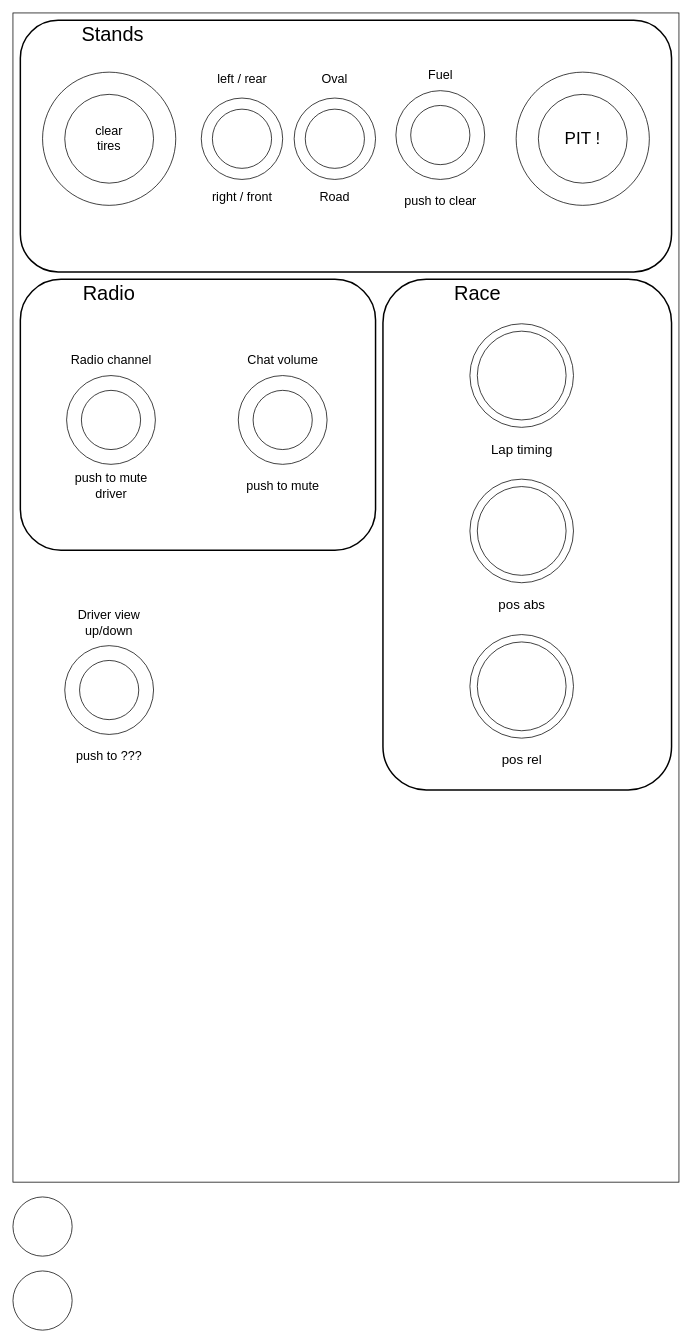
simracingtools/hardware keeps this draw.io diagram as rccbox/BoxLayout.drawio. Above is the earlier version. Source tidied: cells renumbered, new cells numbered last; positions are measured from the earlier drawing's top-left corner, leaving out a move shared by most shapes. Both pictures are drawn from the tidied source at 74%, with x=0, y=0 at pixel (13, 13).
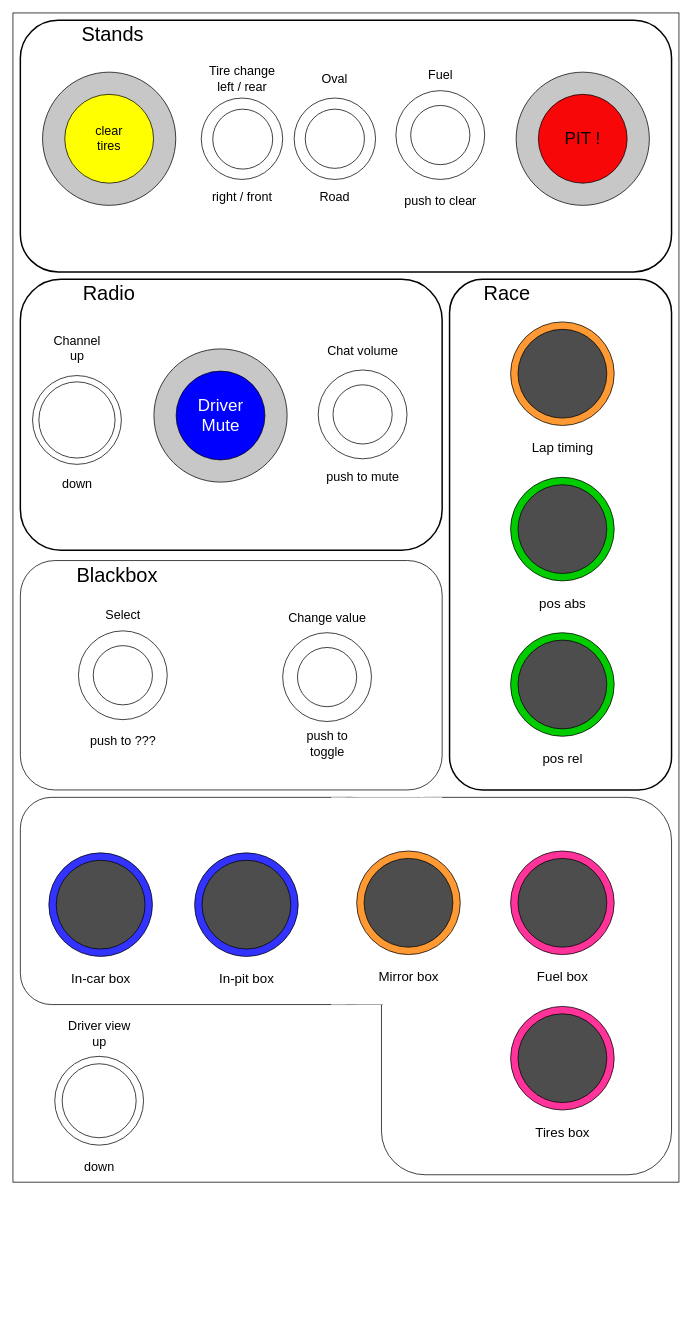
The same page after the edit.

Commit message (it also covers changes not shown here):
rcc box layout finished

The edit, as a diff of the source:
```diff
@@
+    <mxCell id="48" style="rounded=1;whiteSpace=wrap;html=1;fillColor=none;" parent="1" vertex="1">
+      <mxGeometry x="10" y="740" width="570" height="310" as="geometry" />
+    </mxCell>
+    <mxCell id="42" style="rounded=1;whiteSpace=wrap;html=1;strokeWidth=2;fillColor=none;gradientColor=none;" parent="1" vertex="1">
+      <mxGeometry x="590" y="360" width="300" height="690" as="geometry" />
+    </mxCell>
+    <mxCell id="33" style="rounded=1;whiteSpace=wrap;html=1;strokeWidth=2;fillColor=none;gradientColor=none;" parent="1" vertex="1">
+      <mxGeometry x="10" y="360" width="570" height="366" as="geometry" />
+    </mxCell>
+    <mxCell id="23" style="rounded=1;whiteSpace=wrap;html=1;strokeWidth=2;gradientColor=none;fillColor=none;" parent="1" vertex="1">
+      <mxGeometry x="10" y="10" width="880" height="340" as="geometry" />
+    </mxCell>
-    <mxCell id="3" style="ellipse;whiteSpace=wrap;html=1;" parent="1" vertex="1">
-      <mxGeometry x="617.5" y="420" width="140" height="140" as="geometry" />
+    <mxCell id="3" style="ellipse;whiteSpace=wrap;html=1;fillColor=#FF9933;" parent="1" vertex="1">
+      <mxGeometry x="672.5" y="417.5" width="140" height="140" as="geometry" />
     </mxCell>
-    <mxCell id="4" style="ellipse;whiteSpace=wrap;html=1;" parent="1" vertex="1">
+    <mxCell id="4" style="ellipse;whiteSpace=wrap;html=1;fillColor=#C7C7C7;" parent="1" vertex="1">
       <mxGeometry x="680" y="80" width="180" height="180" as="geometry" />
     </mxCell>
-    <mxCell id="5" value="&lt;font style=&quot;font-size: 23px&quot;&gt;PIT !&lt;/font&gt;" style="ellipse;whiteSpace=wrap;html=1;" parent="1" vertex="1">
+    <mxCell id="5" value="&lt;font style=&quot;font-size: 23px&quot;&gt;PIT !&lt;/font&gt;" style="ellipse;whiteSpace=wrap;html=1;fillColor=#F70707;" parent="1" vertex="1">
       <mxGeometry x="710" y="110" width="120" height="120" as="geometry" />
     </mxCell>
-    <mxCell id="6" style="ellipse;whiteSpace=wrap;html=1;" parent="1" vertex="1">
+    <mxCell id="6" style="ellipse;whiteSpace=wrap;html=1;fillColor=#C7C7C7;" parent="1" vertex="1">
       <mxGeometry x="40" y="80" width="180" height="180" as="geometry" />
     </mxCell>
-    <mxCell id="7" value="&lt;font style=&quot;font-size: 17px&quot;&gt;clear&lt;br&gt;tires&lt;/font&gt;&lt;br&gt;" style="ellipse;whiteSpace=wrap;html=1;" parent="1" vertex="1">
+    <mxCell id="7" value="&lt;font style=&quot;font-size: 17px&quot;&gt;clear&lt;br&gt;tires&lt;/font&gt;&lt;br&gt;" style="ellipse;whiteSpace=wrap;html=1;fillColor=#FFFF00;" parent="1" vertex="1">
       <mxGeometry x="70" y="110" width="120" height="120" as="geometry" />
     </mxCell>
-    <mxCell id="8" style="ellipse;whiteSpace=wrap;html=1;" parent="1" vertex="1">
-      <mxGeometry x="627.5" y="430" width="120" height="120" as="geometry" />
+    <mxCell id="8" style="ellipse;whiteSpace=wrap;html=1;fillColor=#4D4D4D;" parent="1" vertex="1">
+      <mxGeometry x="682.5" y="427.5" width="120" height="120" as="geometry" />
     </mxCell>
@@
     <mxCell id="10" style="ellipse;whiteSpace=wrap;html=1;" parent="1" vertex="1">
-      <mxGeometry x="269.5" y="130" width="80" height="80" as="geometry" />
+      <mxGeometry x="270" y="130" width="81" height="81" as="geometry" />
     </mxCell>
-    <mxCell id="11" value="&lt;font style=&quot;font-size: 17px&quot;&gt;left / rear&lt;/font&gt;" style="text;html=1;strokeColor=none;fillColor=none;align=center;verticalAlign=middle;whiteSpace=wrap;rounded=0;" parent="1" vertex="1">
-      <mxGeometry x="255.5" y="80" width="108" height="20" as="geometry" />
+    <mxCell id="11" value="&lt;font style=&quot;font-size: 17px&quot;&gt;Tire change&lt;br&gt;left / rear&lt;/font&gt;" style="text;html=1;strokeColor=none;fillColor=none;align=center;verticalAlign=middle;whiteSpace=wrap;rounded=0;" parent="1" vertex="1">
+      <mxGeometry x="256" y="70" width="108" height="40" as="geometry" />
     </mxCell>
@@
-    <mxCell id="13" style="ellipse;whiteSpace=wrap;html=1;" parent="1" vertex="1">
-      <mxGeometry y="1600" width="80" height="80" as="geometry" />
-    </mxCell>
-    <mxCell id="14" style="ellipse;whiteSpace=wrap;html=1;" parent="1" vertex="1">
-      <mxGeometry y="1700" width="80" height="80" as="geometry" />
-    </mxCell>
@@
-    <mxCell id="23" style="rounded=1;whiteSpace=wrap;html=1;strokeWidth=2;gradientColor=none;fillColor=none;" parent="1" vertex="1">
-      <mxGeometry x="10" y="10" width="880" height="340" as="geometry" />
-    </mxCell>
@@
     <mxCell id="25" style="ellipse;whiteSpace=wrap;html=1;" parent="1" vertex="1">
-      <mxGeometry x="72.5" y="490" width="120" height="120" as="geometry" />
+      <mxGeometry x="26.5" y="490" width="120" height="120" as="geometry" />
     </mxCell>
     <mxCell id="26" style="ellipse;whiteSpace=wrap;html=1;" parent="1" vertex="1">
-      <mxGeometry x="92.5" y="510" width="80" height="80" as="geometry" />
+      <mxGeometry x="35" y="498.5" width="103" height="103" as="geometry" />
     </mxCell>
-    <mxCell id="27" value="&lt;font style=&quot;font-size: 17px&quot;&gt;Radio channel&lt;/font&gt;" style="text;html=1;strokeColor=none;fillColor=none;align=center;verticalAlign=middle;whiteSpace=wrap;rounded=0;" parent="1" vertex="1">
-      <mxGeometry x="70.5" y="460" width="124" height="20" as="geometry" />
+    <mxCell id="27" value="&lt;font style=&quot;font-size: 17px&quot;&gt;Channel&lt;br&gt;up&lt;br&gt;&lt;/font&gt;" style="text;html=1;strokeColor=none;fillColor=none;align=center;verticalAlign=middle;whiteSpace=wrap;rounded=0;" parent="1" vertex="1">
+      <mxGeometry x="24.5" y="444" width="124" height="20" as="geometry" />
     </mxCell>
-    <mxCell id="28" value="&lt;font style=&quot;font-size: 17px&quot;&gt;push to mute driver&lt;/font&gt;" style="text;html=1;strokeColor=none;fillColor=none;align=center;verticalAlign=middle;whiteSpace=wrap;rounded=0;" parent="1" vertex="1">
-      <mxGeometry x="78.5" y="630" width="108" height="20" as="geometry" />
+    <mxCell id="28" value="&lt;font style=&quot;font-size: 17px&quot;&gt;down&lt;/font&gt;" style="text;html=1;strokeColor=none;fillColor=none;align=center;verticalAlign=middle;whiteSpace=wrap;rounded=0;" parent="1" vertex="1">
+      <mxGeometry x="32.5" y="628" width="108" height="20" as="geometry" />
     </mxCell>
     <mxCell id="29" style="ellipse;whiteSpace=wrap;html=1;" parent="1" vertex="1">
-      <mxGeometry x="304.5" y="490" width="120" height="120" as="geometry" />
+      <mxGeometry x="412.5" y="482.5" width="120" height="120" as="geometry" />
     </mxCell>
     <mxCell id="30" style="ellipse;whiteSpace=wrap;html=1;" parent="1" vertex="1">
-      <mxGeometry x="324.5" y="510" width="80" height="80" as="geometry" />
+      <mxGeometry x="432.5" y="502.5" width="80" height="80" as="geometry" />
     </mxCell>
     <mxCell id="31" value="&lt;font style=&quot;font-size: 17px&quot;&gt;Chat volume&lt;/font&gt;" style="text;html=1;strokeColor=none;fillColor=none;align=center;verticalAlign=middle;whiteSpace=wrap;rounded=0;" parent="1" vertex="1">
-      <mxGeometry x="302.5" y="460" width="124" height="20" as="geometry" />
+      <mxGeometry x="410.5" y="447.5" width="124" height="20" as="geometry" />
     </mxCell>
     <mxCell id="32" value="&lt;font style=&quot;font-size: 17px&quot;&gt;push to mute&lt;/font&gt;" style="text;html=1;strokeColor=none;fillColor=none;align=center;verticalAlign=middle;whiteSpace=wrap;rounded=0;" parent="1" vertex="1">
-      <mxGeometry x="310.5" y="630" width="108" height="20" as="geometry" />
+      <mxGeometry x="418.5" y="617.5" width="108" height="20" as="geometry" />
     </mxCell>
-    <mxCell id="33" style="rounded=1;whiteSpace=wrap;html=1;strokeWidth=2;fillColor=none;gradientColor=none;" parent="1" vertex="1">
-      <mxGeometry x="10" y="360" width="480" height="366" as="geometry" />
-    </mxCell>
@@
     <mxCell id="35" value="&lt;font style=&quot;font-size: 18px&quot;&gt;Lap timing&lt;/font&gt;" style="text;html=1;strokeColor=none;fillColor=none;align=center;verticalAlign=middle;whiteSpace=wrap;rounded=0;" parent="1" vertex="1">
-      <mxGeometry x="632.5" y="580" width="110" height="20" as="geometry" />
+      <mxGeometry x="687.5" y="577.5" width="110" height="20" as="geometry" />
     </mxCell>
-    <mxCell id="36" style="ellipse;whiteSpace=wrap;html=1;" parent="1" vertex="1">
-      <mxGeometry x="617.5" y="630" width="140" height="140" as="geometry" />
+    <mxCell id="36" style="ellipse;whiteSpace=wrap;html=1;fillColor=#00CC00;" parent="1" vertex="1">
+      <mxGeometry x="672.5" y="627.5" width="140" height="140" as="geometry" />
     </mxCell>
-    <mxCell id="37" style="ellipse;whiteSpace=wrap;html=1;" parent="1" vertex="1">
-      <mxGeometry x="627.5" y="640" width="120" height="120" as="geometry" />
+    <mxCell id="37" style="ellipse;whiteSpace=wrap;html=1;fillColor=#4D4D4D;" parent="1" vertex="1">
+      <mxGeometry x="682.5" y="637.5" width="120" height="120" as="geometry" />
     </mxCell>
     <mxCell id="38" value="&lt;font style=&quot;font-size: 18px&quot;&gt;pos abs&lt;/font&gt;" style="text;html=1;strokeColor=none;fillColor=none;align=center;verticalAlign=middle;whiteSpace=wrap;rounded=0;" parent="1" vertex="1">
-      <mxGeometry x="632.5" y="790" width="110" height="20" as="geometry" />
+      <mxGeometry x="687.5" y="787.5" width="110" height="20" as="geometry" />
     </mxCell>
-    <mxCell id="39" style="ellipse;whiteSpace=wrap;html=1;" parent="1" vertex="1">
-      <mxGeometry x="617.5" y="840" width="140" height="140" as="geometry" />
+    <mxCell id="39" style="ellipse;whiteSpace=wrap;html=1;fillColor=#00CC00;" parent="1" vertex="1">
+      <mxGeometry x="672.5" y="837.5" width="140" height="140" as="geometry" />
     </mxCell>
-    <mxCell id="40" style="ellipse;whiteSpace=wrap;html=1;" parent="1" vertex="1">
-      <mxGeometry x="627.5" y="850" width="120" height="120" as="geometry" />
+    <mxCell id="40" style="ellipse;whiteSpace=wrap;html=1;fillColor=#4D4D4D;" parent="1" vertex="1">
+      <mxGeometry x="682.5" y="847.5" width="120" height="120" as="geometry" />
     </mxCell>
     <mxCell id="41" value="&lt;font style=&quot;font-size: 18px&quot;&gt;pos rel&lt;/font&gt;" style="text;html=1;strokeColor=none;fillColor=none;align=center;verticalAlign=middle;whiteSpace=wrap;rounded=0;" parent="1" vertex="1">
-      <mxGeometry x="632.5" y="1000" width="110" height="20" as="geometry" />
+      <mxGeometry x="687.5" y="997.5" width="110" height="20" as="geometry" />
     </mxCell>
-    <mxCell id="42" style="rounded=1;whiteSpace=wrap;html=1;strokeWidth=2;fillColor=none;gradientColor=none;" parent="1" vertex="1">
-      <mxGeometry x="500" y="360" width="390" height="690" as="geometry" />
-    </mxCell>
     <mxCell id="43" value="&lt;font style=&quot;font-size: 27px&quot;&gt;Race&lt;/font&gt;" style="text;html=1;strokeColor=none;fillColor=none;align=center;verticalAlign=middle;whiteSpace=wrap;rounded=0;" parent="1" vertex="1">
-      <mxGeometry x="552.5" y="360" width="150" height="40" as="geometry" />
+      <mxGeometry x="592.5" y="360" width="150" height="40" as="geometry" />
     </mxCell>
     <mxCell id="44" style="ellipse;whiteSpace=wrap;html=1;" parent="1" vertex="1">
-      <mxGeometry x="70" y="855" width="120" height="120" as="geometry" />
+      <mxGeometry x="56.5" y="1410" width="120" height="120" as="geometry" />
     </mxCell>
     <mxCell id="45" style="ellipse;whiteSpace=wrap;html=1;" parent="1" vertex="1">
-      <mxGeometry x="90" y="875" width="80" height="80" as="geometry" />
+      <mxGeometry x="66.5" y="1420" width="100" height="100" as="geometry" />
     </mxCell>
-    <mxCell id="46" value="&lt;font style=&quot;font-size: 17px&quot;&gt;Driver view up/down&lt;/font&gt;" style="text;html=1;strokeColor=none;fillColor=none;align=center;verticalAlign=middle;whiteSpace=wrap;rounded=0;" parent="1" vertex="1">
-      <mxGeometry x="68" y="805" width="124" height="40" as="geometry" />
+    <mxCell id="46" value="&lt;font style=&quot;font-size: 17px&quot;&gt;Driver view&lt;br&gt;up&lt;/font&gt;" style="text;html=1;strokeColor=none;fillColor=none;align=center;verticalAlign=middle;whiteSpace=wrap;rounded=0;" parent="1" vertex="1">
+      <mxGeometry x="54.5" y="1360" width="124" height="40" as="geometry" />
     </mxCell>
-    <mxCell id="47" value="&lt;font style=&quot;font-size: 17px&quot;&gt;push to ???&lt;/font&gt;" style="text;html=1;strokeColor=none;fillColor=none;align=center;verticalAlign=middle;whiteSpace=wrap;rounded=0;" parent="1" vertex="1">
-      <mxGeometry x="76" y="995" width="108" height="20" as="geometry" />
+    <mxCell id="47" value="&lt;font style=&quot;font-size: 17px&quot;&gt;down&lt;/font&gt;" style="text;html=1;strokeColor=none;fillColor=none;align=center;verticalAlign=middle;whiteSpace=wrap;rounded=0;" parent="1" vertex="1">
+      <mxGeometry x="62.5" y="1550" width="108" height="20" as="geometry" />
     </mxCell>
+    <mxCell id="49" style="ellipse;whiteSpace=wrap;html=1;fillColor=#C7C7C7;" parent="1" vertex="1">
+      <mxGeometry x="190.5" y="454" width="180" height="180" as="geometry" />
+    </mxCell>
+    <mxCell id="50" value="&lt;font style=&quot;font-size: 23px&quot;&gt;Driver&lt;br&gt;Mute&lt;br&gt;&lt;/font&gt;" style="ellipse;whiteSpace=wrap;html=1;fillColor=#0000FF;fontColor=#FFFFFF;" parent="1" vertex="1">
+      <mxGeometry x="220.5" y="484" width="120" height="120" as="geometry" />
+    </mxCell>
+    <mxCell id="51" style="ellipse;whiteSpace=wrap;html=1;" parent="1" vertex="1">
+      <mxGeometry x="88.5" y="835" width="120" height="120" as="geometry" />
+    </mxCell>
+    <mxCell id="52" style="ellipse;whiteSpace=wrap;html=1;" parent="1" vertex="1">
+      <mxGeometry x="108.5" y="855" width="80" height="80" as="geometry" />
+    </mxCell>
+    <mxCell id="53" value="&lt;font style=&quot;font-size: 17px&quot;&gt;Select&lt;/font&gt;" style="text;html=1;strokeColor=none;fillColor=none;align=center;verticalAlign=middle;whiteSpace=wrap;rounded=0;" parent="1" vertex="1">
+      <mxGeometry x="94.5" y="805" width="108" height="20" as="geometry" />
+    </mxCell>
+    <mxCell id="54" value="&lt;font style=&quot;font-size: 17px&quot;&gt;push to ???&lt;/font&gt;" style="text;html=1;strokeColor=none;fillColor=none;align=center;verticalAlign=middle;whiteSpace=wrap;rounded=0;" parent="1" vertex="1">
+      <mxGeometry x="94.5" y="975" width="108" height="20" as="geometry" />
+    </mxCell>
+    <mxCell id="55" style="ellipse;whiteSpace=wrap;html=1;" parent="1" vertex="1">
+      <mxGeometry x="364.5" y="837.5" width="120" height="120" as="geometry" />
+    </mxCell>
+    <mxCell id="56" style="ellipse;whiteSpace=wrap;html=1;" parent="1" vertex="1">
+      <mxGeometry x="384.5" y="857.5" width="80" height="80" as="geometry" />
+    </mxCell>
+    <mxCell id="57" value="&lt;font style=&quot;font-size: 17px&quot;&gt;Change value&lt;/font&gt;" style="text;html=1;strokeColor=none;fillColor=none;align=center;verticalAlign=middle;whiteSpace=wrap;rounded=0;" parent="1" vertex="1">
+      <mxGeometry x="370.5" y="807.5" width="108" height="20" as="geometry" />
+    </mxCell>
+    <mxCell id="58" value="&lt;font style=&quot;font-size: 17px&quot;&gt;push to toggle&lt;/font&gt;" style="text;html=1;strokeColor=none;fillColor=none;align=center;verticalAlign=middle;whiteSpace=wrap;rounded=0;" parent="1" vertex="1">
+      <mxGeometry x="370.5" y="977.5" width="108" height="20" as="geometry" />
+    </mxCell>
+    <mxCell id="59" value="&lt;font style=&quot;font-size: 27px&quot;&gt;Blackbox&lt;/font&gt;" style="text;html=1;strokeColor=none;fillColor=none;align=center;verticalAlign=middle;whiteSpace=wrap;rounded=0;" parent="1" vertex="1">
+      <mxGeometry x="65.5" y="740" width="150" height="40" as="geometry" />
+    </mxCell>
+    <mxCell id="60" style="rounded=1;whiteSpace=wrap;html=1;fillColor=none;" parent="1" vertex="1">
+      <mxGeometry x="498" y="1060" width="392" height="510" as="geometry" />
+    </mxCell>
+    <mxCell id="61" style="ellipse;whiteSpace=wrap;html=1;fillColor=#FF3399;" parent="1" vertex="1">
+      <mxGeometry x="672.5" y="1132.5" width="140" height="140" as="geometry" />
+    </mxCell>
+    <mxCell id="62" style="ellipse;whiteSpace=wrap;html=1;fillColor=#4D4D4D;" parent="1" vertex="1">
+      <mxGeometry x="682.5" y="1142.5" width="120" height="120" as="geometry" />
+    </mxCell>
+    <mxCell id="63" value="&lt;span style=&quot;font-size: 18px&quot;&gt;Fuel box&lt;/span&gt;" style="text;html=1;strokeColor=none;fillColor=none;align=center;verticalAlign=middle;whiteSpace=wrap;rounded=0;" parent="1" vertex="1">
+      <mxGeometry x="687.5" y="1292.5" width="110" height="20" as="geometry" />
+    </mxCell>
+    <mxCell id="64" style="ellipse;whiteSpace=wrap;html=1;fillColor=#FF3399;" parent="1" vertex="1">
+      <mxGeometry x="672.5" y="1342.5" width="140" height="140" as="geometry" />
+    </mxCell>
+    <mxCell id="65" style="ellipse;whiteSpace=wrap;html=1;fillColor=#4D4D4D;" parent="1" vertex="1">
+      <mxGeometry x="682.5" y="1352.5" width="120" height="120" as="geometry" />
+    </mxCell>
+    <mxCell id="66" value="&lt;font style=&quot;font-size: 18px&quot;&gt;Tires box&lt;/font&gt;" style="text;html=1;strokeColor=none;fillColor=none;align=center;verticalAlign=middle;whiteSpace=wrap;rounded=0;" parent="1" vertex="1">
+      <mxGeometry x="687.5" y="1502.5" width="110" height="20" as="geometry" />
+    </mxCell>
+    <mxCell id="67" style="rounded=1;whiteSpace=wrap;html=1;fillColor=none;" parent="1" vertex="1">
+      <mxGeometry x="10" y="1060" width="490" height="280" as="geometry" />
+    </mxCell>
+    <mxCell id="68" style="rounded=0;whiteSpace=wrap;html=1;fillColor=none;" parent="1" vertex="1">
+      <mxGeometry x="450" y="1060" width="100" height="70" as="geometry" />
+    </mxCell>
+    <mxCell id="69" style="rounded=0;whiteSpace=wrap;html=1;fillColor=none;" parent="1" vertex="1">
+      <mxGeometry x="450" y="1270" width="100" height="70" as="geometry" />
+    </mxCell>
+    <mxCell id="70" style="rounded=0;whiteSpace=wrap;html=1;strokeColor=none;" parent="1" vertex="1">
+      <mxGeometry x="430" y="1060" width="150" height="280" as="geometry" />
+    </mxCell>
+    <mxCell id="71" style="rounded=0;whiteSpace=wrap;html=1;strokeColor=none;" parent="1" vertex="1">
+      <mxGeometry x="500" y="1295" width="80" height="115" as="geometry" />
+    </mxCell>
+    <mxCell id="72" style="ellipse;whiteSpace=wrap;html=1;fillColor=#3333FF;" parent="1" vertex="1">
+      <mxGeometry x="48.5" y="1135" width="140" height="140" as="geometry" />
+    </mxCell>
+    <mxCell id="73" style="ellipse;whiteSpace=wrap;html=1;fillColor=#4D4D4D;" parent="1" vertex="1">
+      <mxGeometry x="58.5" y="1145" width="120" height="120" as="geometry" />
+    </mxCell>
+    <mxCell id="74" value="&lt;span style=&quot;font-size: 18px&quot;&gt;In-car box&lt;/span&gt;" style="text;html=1;strokeColor=none;fillColor=none;align=center;verticalAlign=middle;whiteSpace=wrap;rounded=0;" parent="1" vertex="1">
+      <mxGeometry x="63.5" y="1295" width="110" height="20" as="geometry" />
+    </mxCell>
+    <mxCell id="75" style="ellipse;whiteSpace=wrap;html=1;fillColor=#3333FF;" parent="1" vertex="1">
+      <mxGeometry x="245.5" y="1135" width="140" height="140" as="geometry" />
+    </mxCell>
+    <mxCell id="76" style="ellipse;whiteSpace=wrap;html=1;fillColor=#4D4D4D;" parent="1" vertex="1">
+      <mxGeometry x="255.5" y="1145" width="120" height="120" as="geometry" />
+    </mxCell>
+    <mxCell id="77" value="&lt;span style=&quot;font-size: 18px&quot;&gt;In-pit box&lt;/span&gt;" style="text;html=1;strokeColor=none;fillColor=none;align=center;verticalAlign=middle;whiteSpace=wrap;rounded=0;" parent="1" vertex="1">
+      <mxGeometry x="260.5" y="1295" width="110" height="20" as="geometry" />
+    </mxCell>
+    <mxCell id="78" style="ellipse;whiteSpace=wrap;html=1;fillColor=#FF9933;" parent="1" vertex="1">
+      <mxGeometry x="464.5" y="1132.5" width="140" height="140" as="geometry" />
+    </mxCell>
+    <mxCell id="79" style="ellipse;whiteSpace=wrap;html=1;fillColor=#4D4D4D;" parent="1" vertex="1">
+      <mxGeometry x="474.5" y="1142.5" width="120" height="120" as="geometry" />
+    </mxCell>
+    <mxCell id="80" value="&lt;span style=&quot;font-size: 18px&quot;&gt;Mirror box&lt;/span&gt;" style="text;html=1;strokeColor=none;fillColor=none;align=center;verticalAlign=middle;whiteSpace=wrap;rounded=0;" parent="1" vertex="1">
+      <mxGeometry x="479.5" y="1292.5" width="110" height="20" as="geometry" />
+    </mxCell>
```
